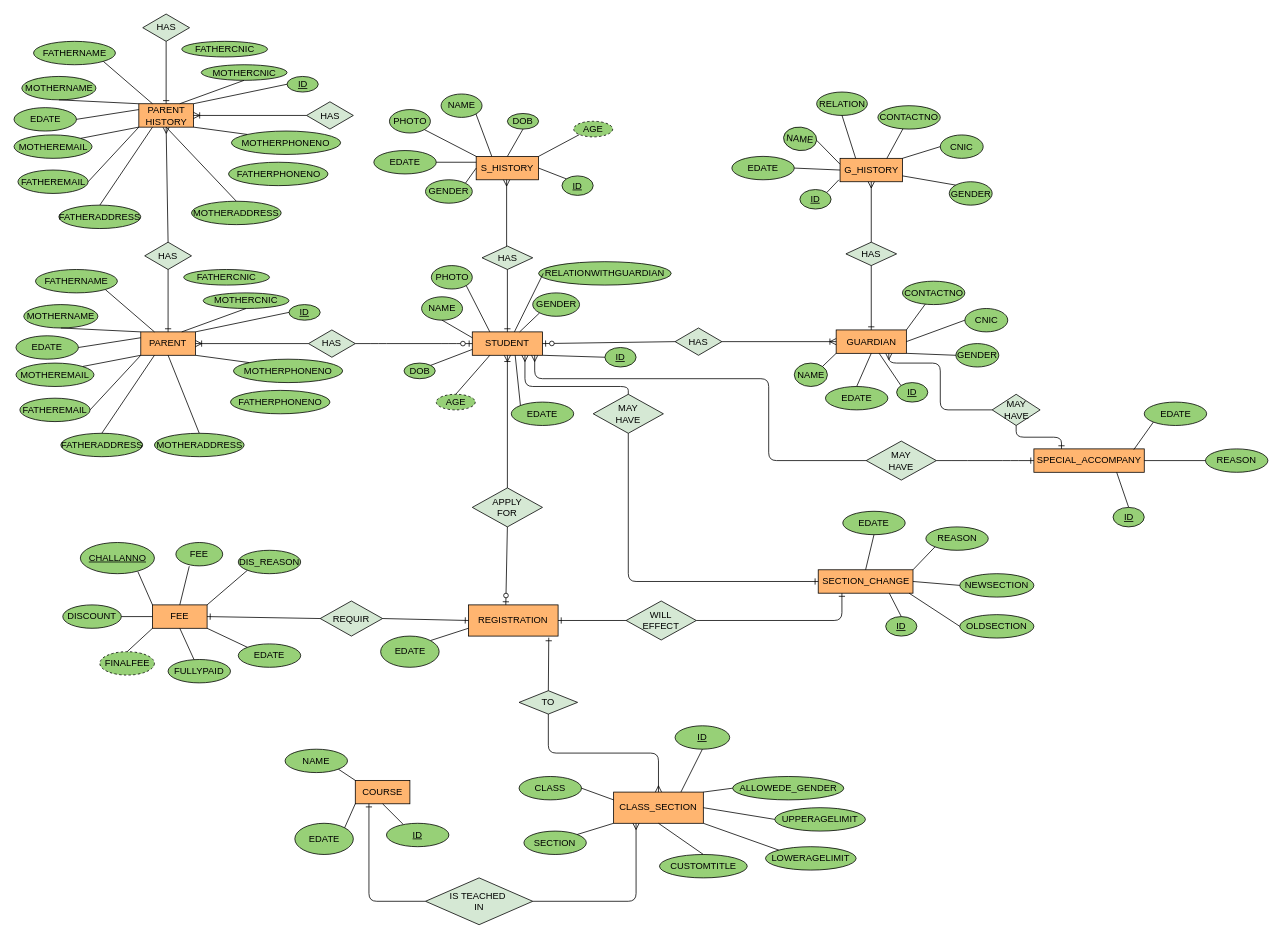
Earlier version of the draw.io diagram erd/erd.drawio (AhmadRiaz172/SchoolManagmnetSystem). Source tidied: cells renumbered, new cells numbered last; positions are measured from the earlier drawing's top-left corner, leaving out a move shared by most shapes. Both pictures are drawn from the tidied source at 78%, with x=0, y=0 at pixel (13, 13).
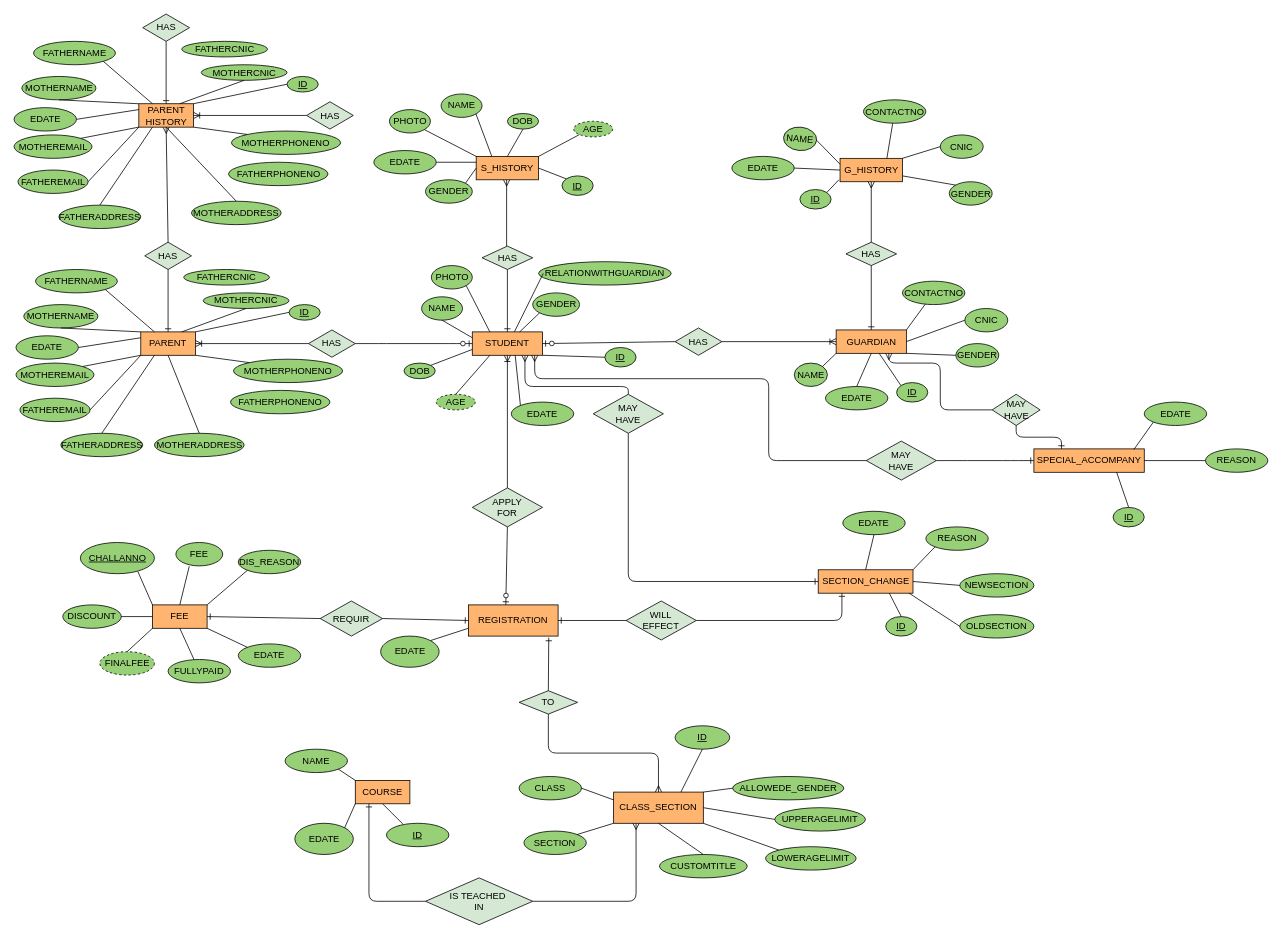
Above is the later version.

Unchanged cells that the change refers to:
```xml
<mxCell id="12" value="G_HISTORY" style="whiteSpace=wrap;html=1;align=center;fillColor=#FFB570;" parent="1" vertex="1">
  <mxGeometry x="1059.5" y="185.5" width="80" height="30" as="geometry" />
</mxCell>
```

Change to the diagram source:
```diff
@@
     <mxCell id="44" value="CONTACTNO" style="ellipse;whiteSpace=wrap;html=1;align=center;fillColor=#97D077;" parent="1" vertex="1">
-      <mxGeometry x="1108" y="118" width="80" height="30" as="geometry" />
+      <mxGeometry x="1089.5" y="110.5" width="80" height="30" as="geometry" />
     </mxCell>
@@
-    <mxCell id="47" value="RELATION" style="ellipse;whiteSpace=wrap;html=1;align=center;fillColor=#97D077;" parent="1" vertex="1">
-      <mxGeometry x="1029.5" y="100.5" width="65" height="30" as="geometry" />
-    </mxCell>
@@
-    <mxCell id="54" style="endArrow=none;html=1;rounded=0;exitX=0.5;exitY=1;exitDx=0;exitDy=0;entryX=0.25;entryY=0;entryDx=0;entryDy=0;" parent="1" edge="1" source="47" target="12">
-      <mxGeometry relative="1" as="geometry" />
-    </mxCell>
```
